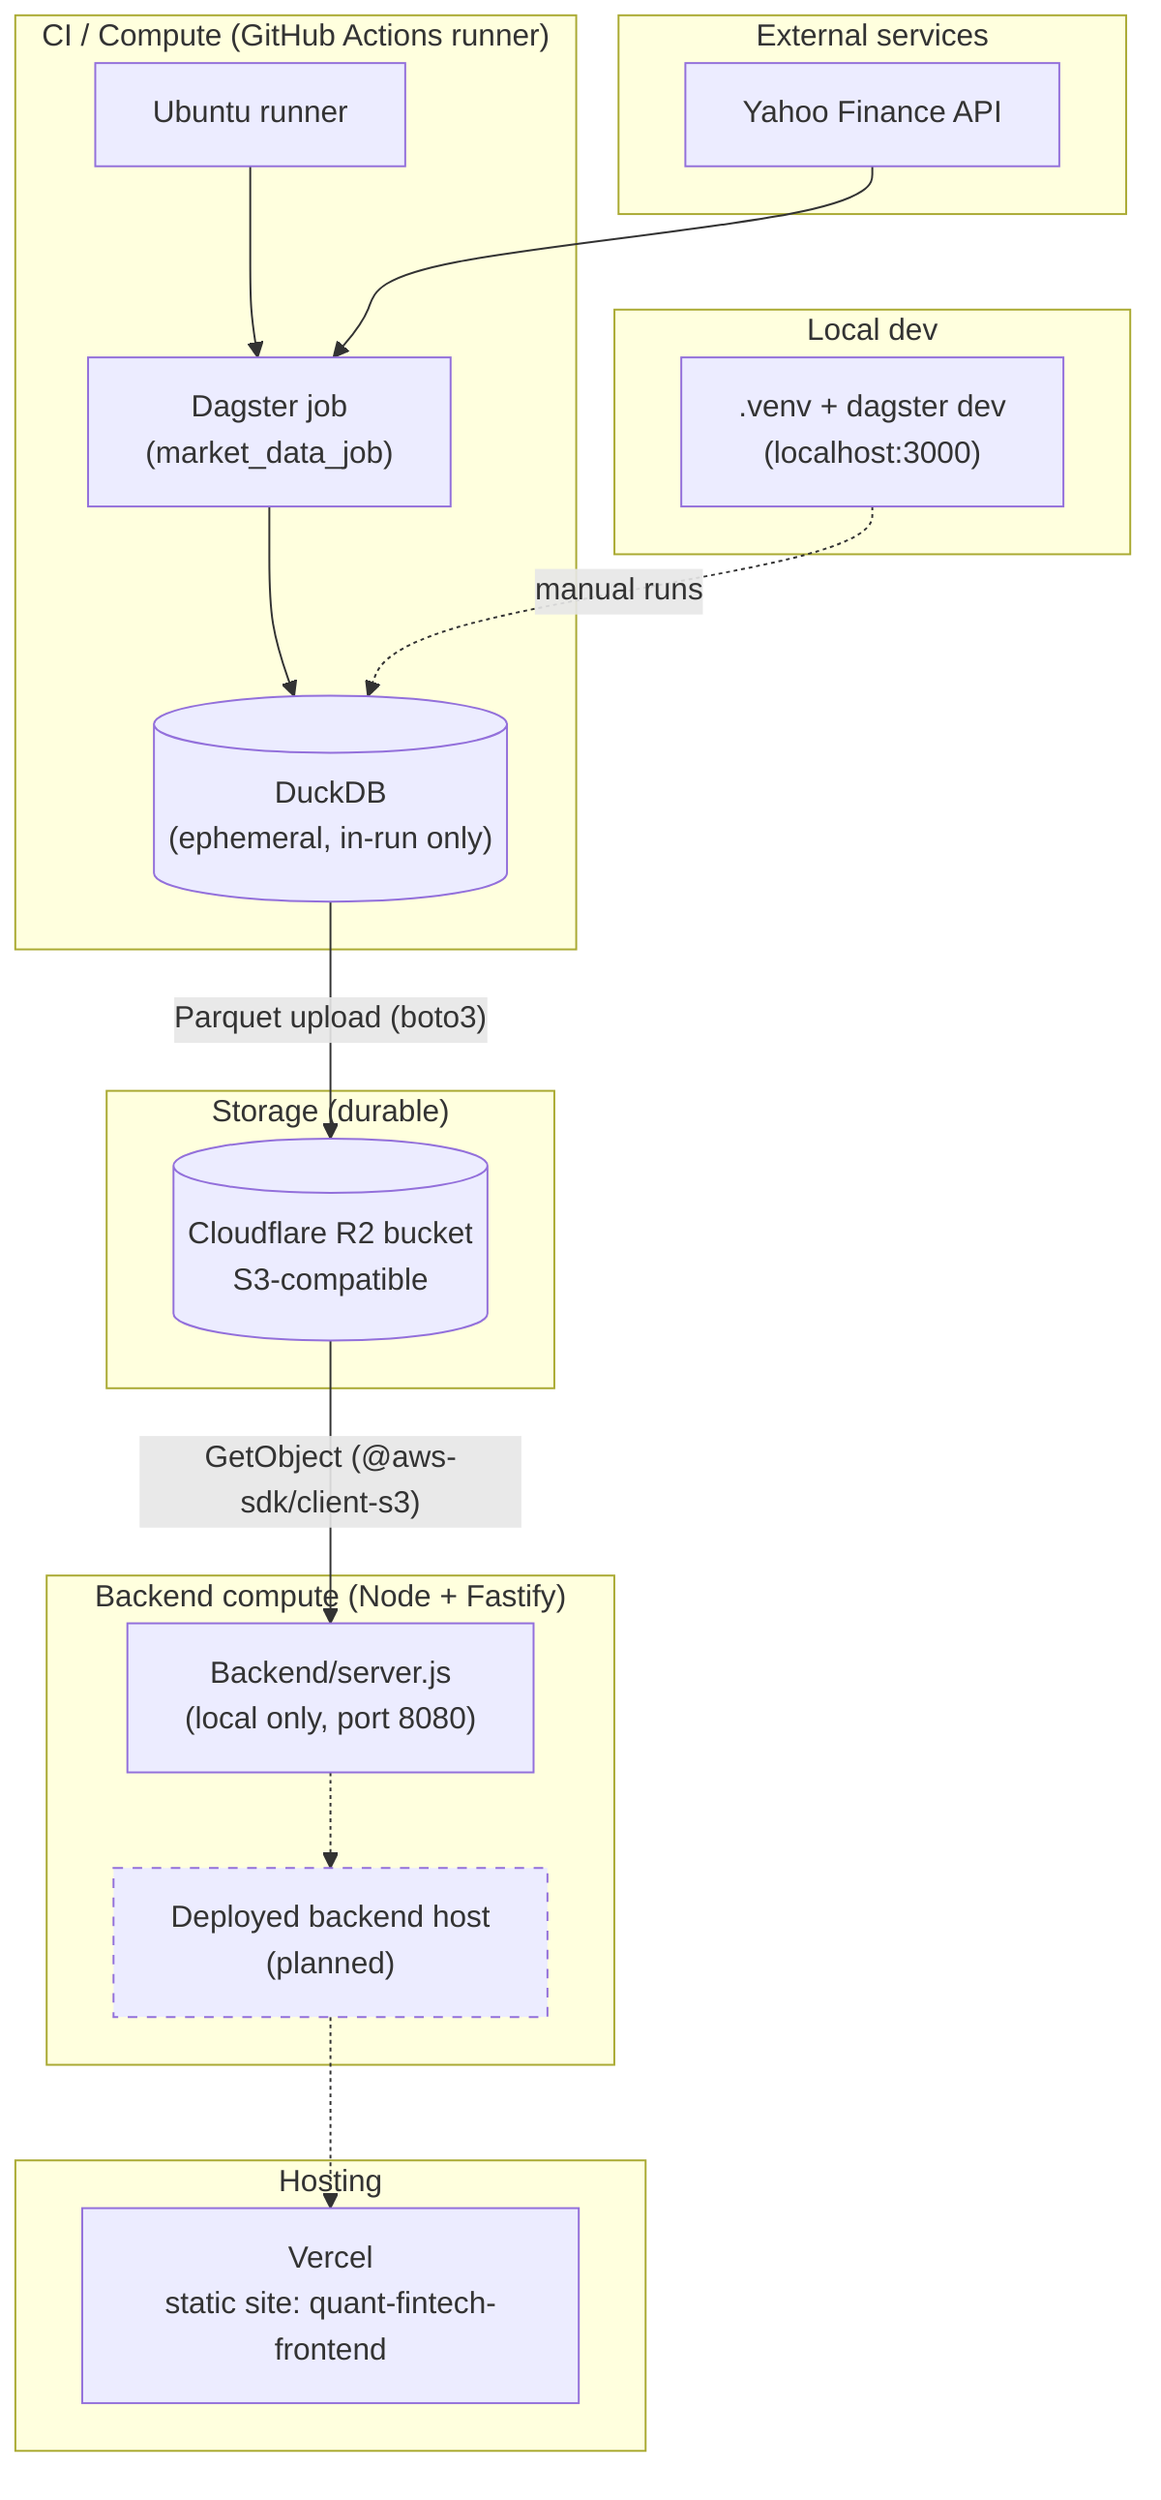
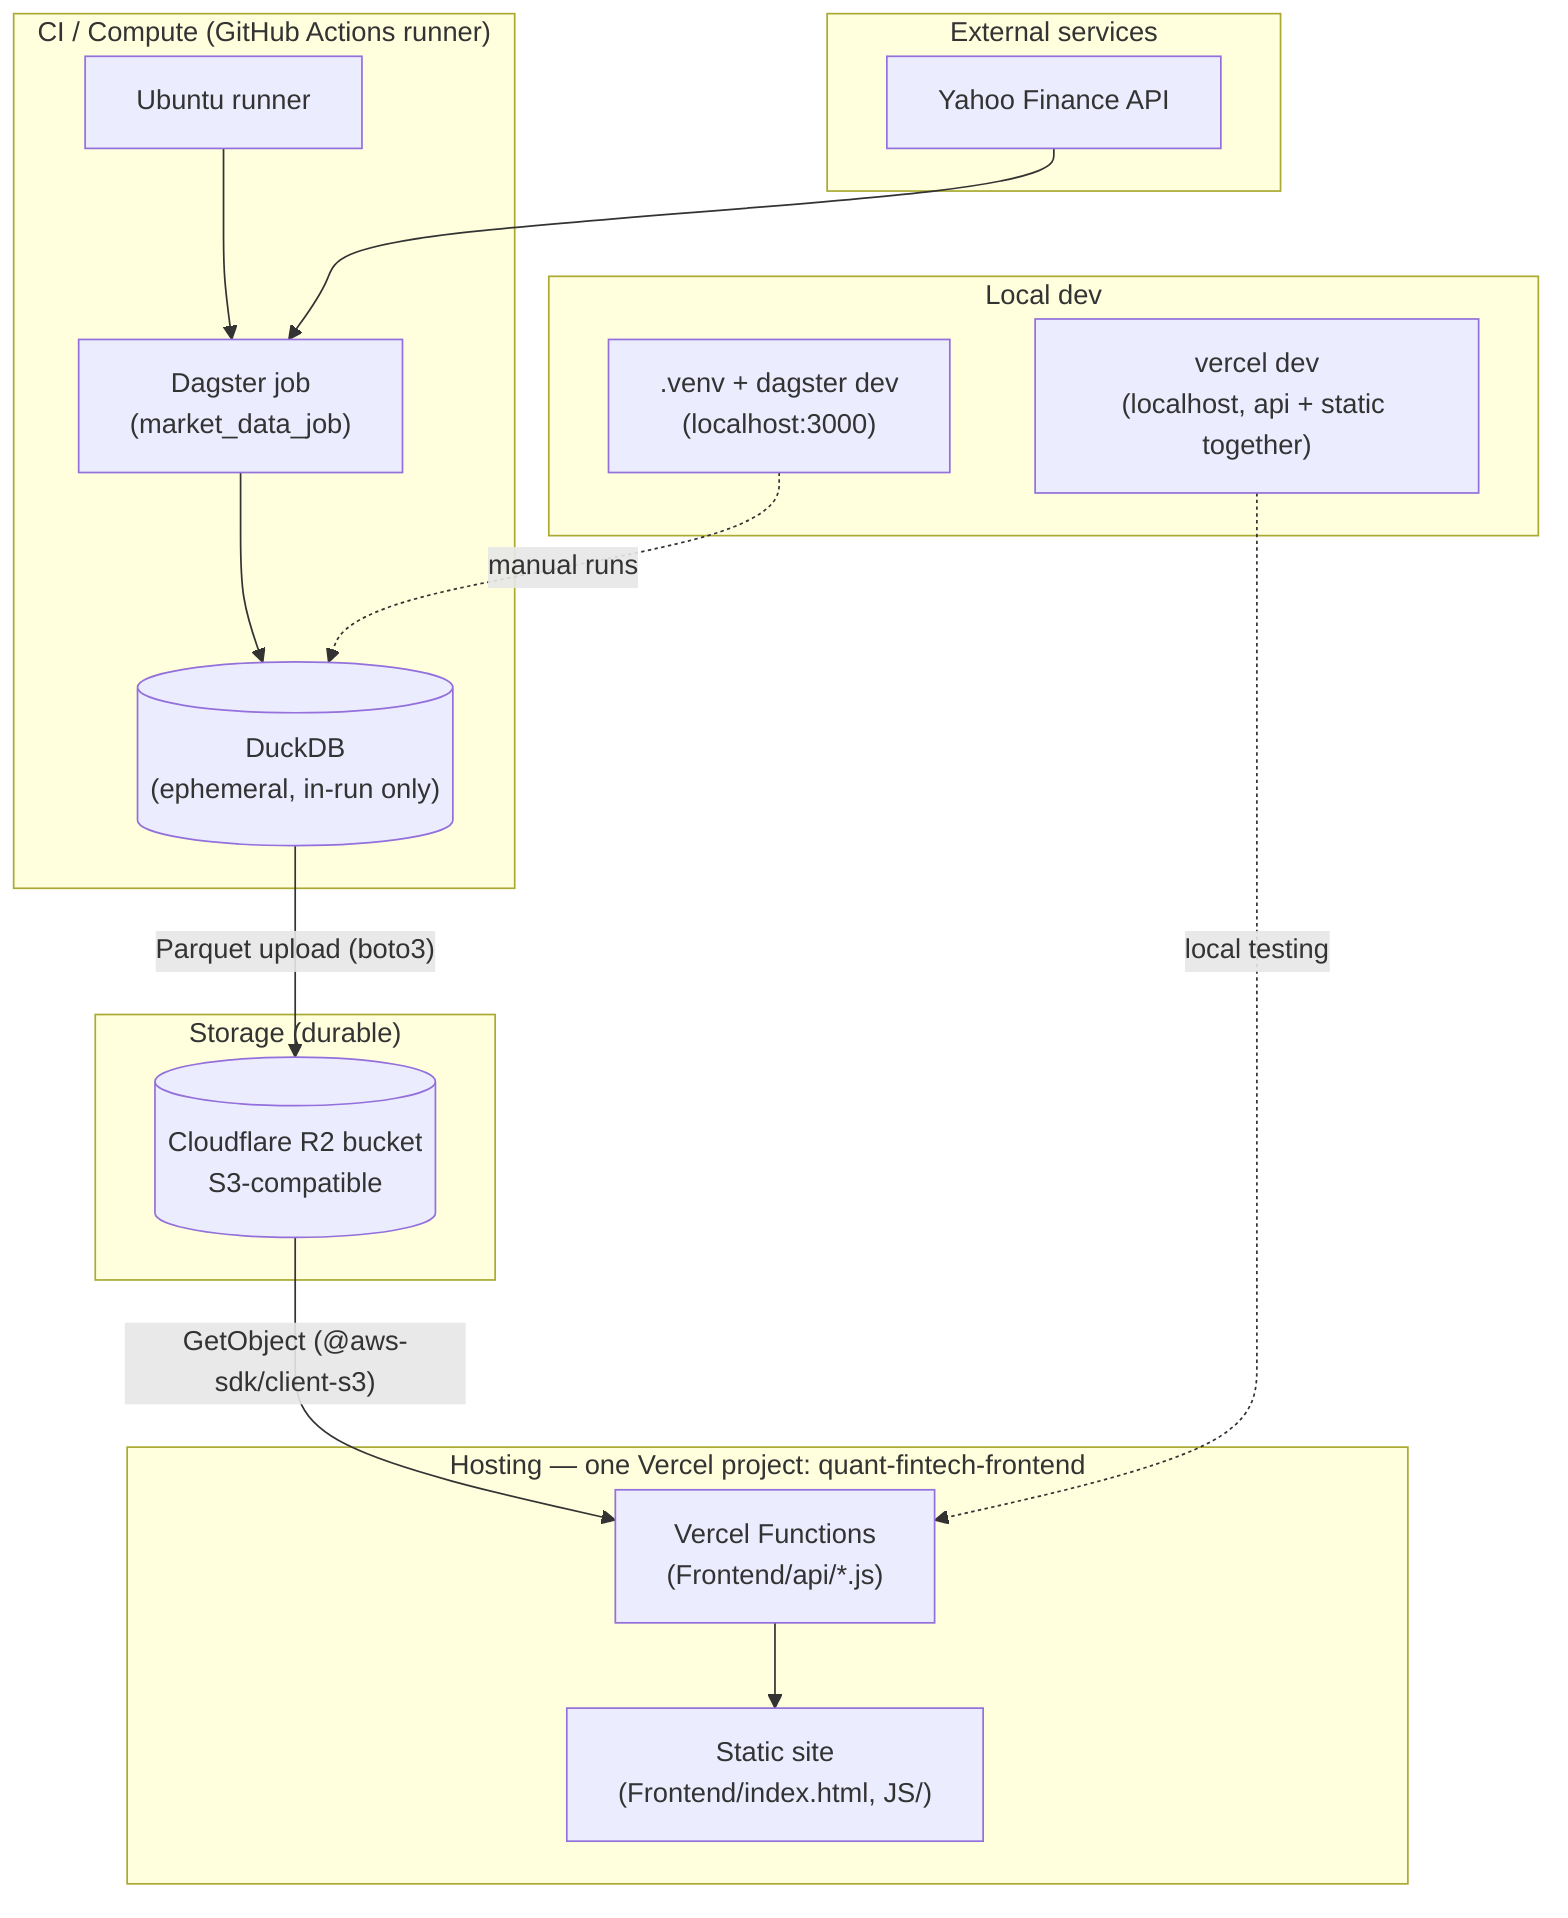
%% Infrastructure — hosting, compute, storage, networking
%% Solid = live today. Dashed = planned, not yet built.
flowchart TB
    subgraph external["External services"]
        yahoo["Yahoo Finance API"]
    end

    subgraph ci["CI / Compute (GitHub Actions runner)"]
        runner["Ubuntu runner"]
        dagster["Dagster job\n(market_data_job)"]
        duckdb[("DuckDB\n(ephemeral, in-run only)")]
        runner --> dagster --> duckdb
    end

    subgraph storage["Storage (durable)"]
        r2[("Cloudflare R2 bucket\nS3-compatible")]
    end

-     subgraph backend_compute["Backend compute (Node + Fastify)"]
-         api["Backend/server.js\n(local only, port 8080)"]
-         backend_host["Deployed backend host\n(planned)"]
-     end
- 
-     subgraph hosting["Hosting"]
-         vercel["Vercel\nstatic site: quant-fintech-frontend"]
+     subgraph hosting["Hosting — one Vercel project: quant-fintech-frontend"]
+         vercelFn["Vercel Functions\n(Frontend/api/*.js)"]
+         vercelStatic["Static site\n(Frontend/index.html, JS/)"]
    end

    subgraph local["Local dev"]
        venv[".venv + dagster dev\n(localhost:3000)"]
+         vercelDev["vercel dev\n(localhost, api + static together)"]
    end

    yahoo --> dagster
    duckdb -- "Parquet upload (boto3)" --> r2
-     r2 -- "GetObject (@aws-sdk/client-s3)" --> api
-     api -.-> backend_host
-     backend_host -.-> vercel
+     r2 -- "GetObject (@aws-sdk/client-s3)" --> vercelFn
+     vercelFn --> vercelStatic
    venv -. "manual runs" .-> duckdb
- 
-     style backend_host stroke-dasharray: 5 5
+     vercelDev -. "local testing" .-> vercelFn
